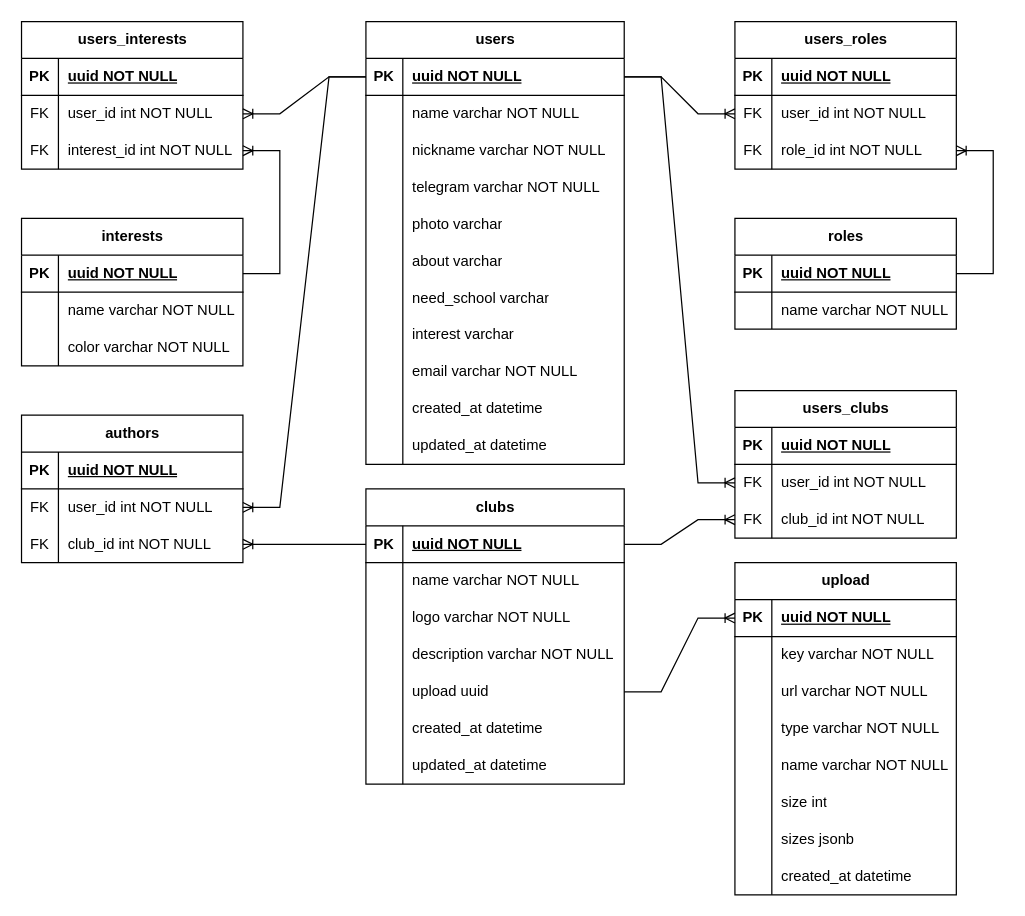
Earlier version of the draw.io diagram Диаграмма без названия.drawio (mrsemyon/clubs). Source tidied: cells renumbered, new cells numbered last; positions are measured from the earlier drawing's top-left corner, leaving out a move shared by most shapes. Both pictures are drawn from the tidied source at 123%, with x=0, y=0 at pixel (21, 21).
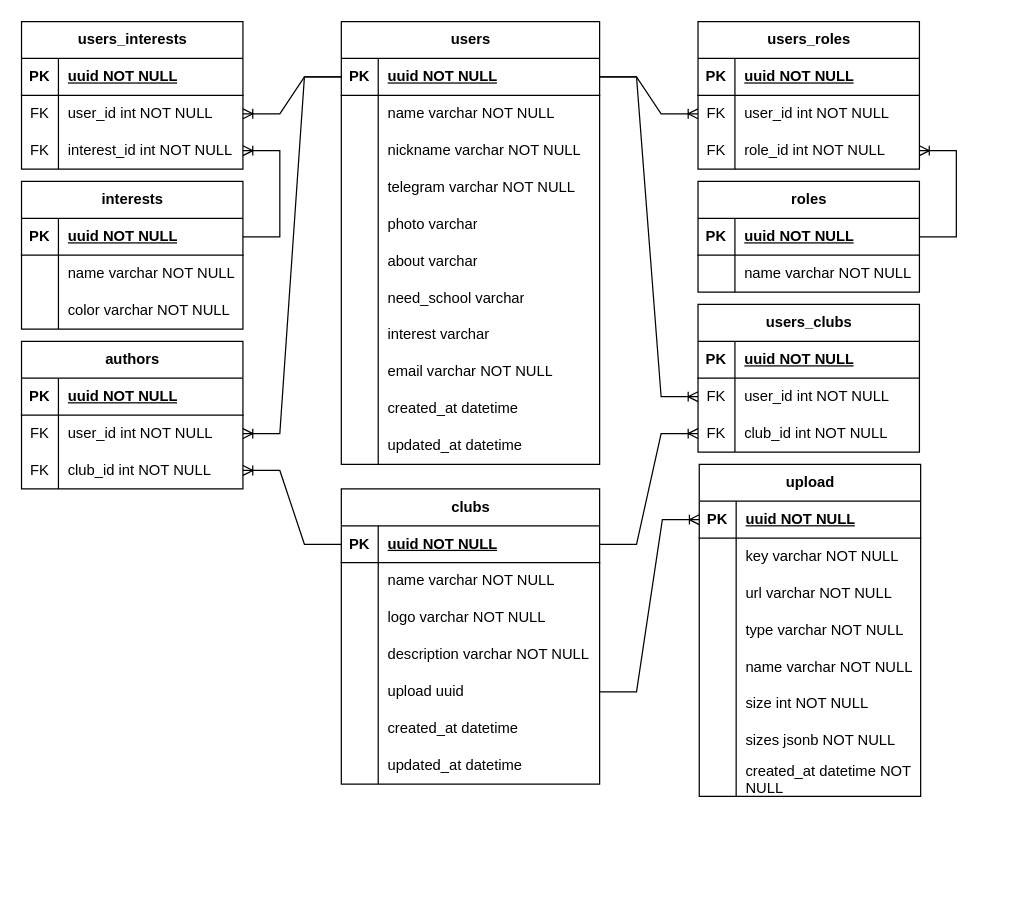
Above is the later version.

The change refers to these unchanged cells:
```xml
<mxCell id="98" style="shape=tableRow;horizontal=0;startSize=0;swimlaneHead=0;swimlaneBody=0;fillColor=none;top=0;left=0;right=0;bottom=0;" parent="82" vertex="1">
  <mxGeometry y="180" width="180" height="30" as="geometry" />
</mxCell>
<mxCell id="101" style="shape=tableRow;horizontal=0;startSize=0;swimlaneHead=0;swimlaneBody=0;fillColor=none;top=0;left=0;right=0;bottom=0;" parent="82" vertex="1">
  <mxGeometry y="210" width="180" height="30" as="geometry" />
</mxCell>
<mxCell id="104" style="shape=tableRow;horizontal=0;startSize=0;swimlaneHead=0;swimlaneBody=0;fillColor=none;top=0;left=0;right=0;bottom=0;" parent="82" vertex="1">
  <mxGeometry y="240" width="180" height="30" as="geometry" />
</mxCell>
```

Change to the diagram source:
```diff
@@
     <mxCell id="2" value="users" style="shape=table;startSize=30;childLayout=tableLayout;rowLines=0;fontStyle=1;align=center;html=1;" parent="1" vertex="1">
-      <mxGeometry x="280" width="210" height="360" as="geometry" />
+      <mxGeometry x="260" width="210" height="360" as="geometry" />
     </mxCell>
@@
     <mxCell id="36" value="clubs" style="shape=table;startSize=30;childLayout=tableLayout;rowLines=0;fontStyle=1;align=center;html=1;" parent="1" vertex="1">
-      <mxGeometry x="280" y="380" width="210" height="240" as="geometry" />
+      <mxGeometry x="260" y="380" width="210" height="240" as="geometry" />
     </mxCell>
@@
     <mxCell id="58" value="users_clubs" style="shape=table;startSize=30;childLayout=tableLayout;rowLines=0;fontStyle=1;align=center;html=1;" parent="1" vertex="1">
-      <mxGeometry x="580" y="300" width="180" height="120" as="geometry" />
+      <mxGeometry x="550" y="230" width="180" height="120" as="geometry" />
     </mxCell>
@@
     <mxCell id="70" value="authors" style="shape=table;startSize=30;childLayout=tableLayout;rowLines=0;fontStyle=1;align=center;html=1;" parent="1" vertex="1">
-      <mxGeometry y="320" width="180" height="120" as="geometry" />
+      <mxGeometry y="260" width="180" height="120" as="geometry" />
     </mxCell>
@@
     <mxCell id="82" value="upload" style="shape=table;startSize=30;childLayout=tableLayout;rowLines=0;fontStyle=1;align=center;html=1;" parent="1" vertex="1">
-      <mxGeometry x="580" y="440" width="180" height="270" as="geometry" />
+      <mxGeometry x="551" y="360" width="180" height="270" as="geometry" />
     </mxCell>
@@
-    <mxCell id="100" value="size int" style="shape=partialRectangle;fillColor=none;top=0;left=0;bottom=0;right=0;align=left;spacingLeft=6;overflow=hidden;whiteSpace=wrap;html=1;" parent="98" vertex="1">
+    <mxCell id="100" value="size int NOT NULL" style="shape=partialRectangle;fillColor=none;top=0;left=0;bottom=0;right=0;align=left;spacingLeft=6;overflow=hidden;whiteSpace=wrap;html=1;" parent="98" vertex="1">
       <mxGeometry x="30" width="150" height="30" as="geometry" />
     </mxCell>
@@
-    <mxCell id="103" value="sizes jsonb" style="shape=partialRectangle;fillColor=none;top=0;left=0;bottom=0;right=0;align=left;spacingLeft=6;overflow=hidden;whiteSpace=wrap;html=1;" parent="101" vertex="1">
+    <mxCell id="103" value="sizes jsonb NOT NULL" style="shape=partialRectangle;fillColor=none;top=0;left=0;bottom=0;right=0;align=left;spacingLeft=6;overflow=hidden;whiteSpace=wrap;html=1;" parent="101" vertex="1">
       <mxGeometry x="30" width="150" height="30" as="geometry" />
     </mxCell>
@@
-    <mxCell id="106" value="created_at datetime" style="shape=partialRectangle;fillColor=none;top=0;left=0;bottom=0;right=0;align=left;spacingLeft=6;overflow=hidden;whiteSpace=wrap;html=1;" parent="104" vertex="1">
+    <mxCell id="106" value="created_at datetime NOT NULL" style="shape=partialRectangle;fillColor=none;top=0;left=0;bottom=0;right=0;align=left;spacingLeft=6;overflow=hidden;whiteSpace=wrap;html=1;" parent="104" vertex="1">
       <mxGeometry x="30" width="150" height="30" as="geometry" />
     </mxCell>
@@
     <mxCell id="108" value="interests" style="shape=table;startSize=30;childLayout=tableLayout;rowLines=0;fontStyle=1;align=center;html=1;" parent="1" vertex="1">
-      <mxGeometry y="160" width="180" height="120" as="geometry" />
+      <mxGeometry y="130" width="180" height="120" as="geometry" />
     </mxCell>
@@
     <mxCell id="130" value="roles" style="shape=table;startSize=30;childLayout=tableLayout;rowLines=0;fontStyle=1;align=center;html=1;" parent="1" vertex="1">
-      <mxGeometry x="580" y="160" width="180" height="90" as="geometry" />
+      <mxGeometry x="550" y="130" width="180" height="90" as="geometry" />
     </mxCell>
@@
     <mxCell id="137" value="users_roles" style="shape=table;startSize=30;childLayout=tableLayout;rowLines=0;fontStyle=1;align=center;html=1;" parent="1" vertex="1">
-      <mxGeometry x="580" width="180" height="120" as="geometry" />
+      <mxGeometry x="550" width="180" height="120" as="geometry" />
     </mxCell>
```
